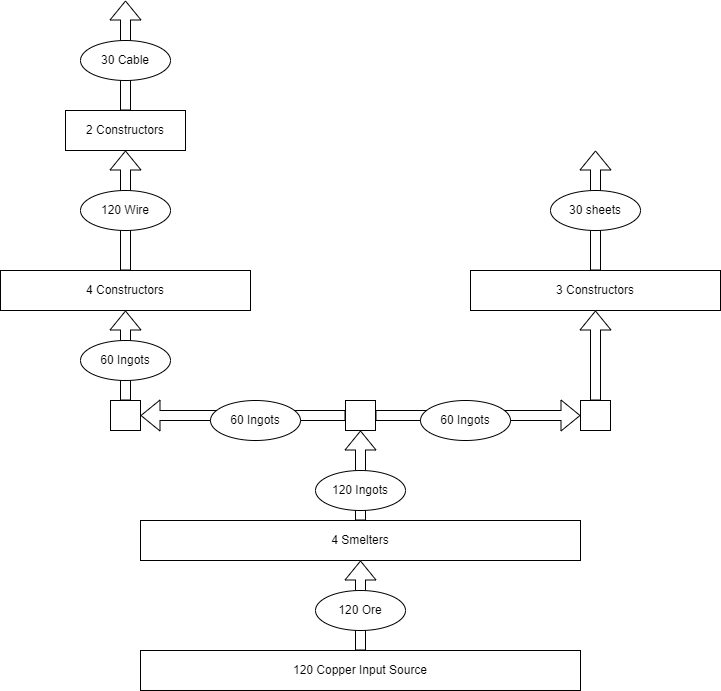
Above: copper.drawio.png in nlarsen31/Factories (draw.io), before the change. Source tidied: cells renumbered, new cells last; positions are measured from the earlier drawing's top-left corner, leaving out a move shared by most shapes.
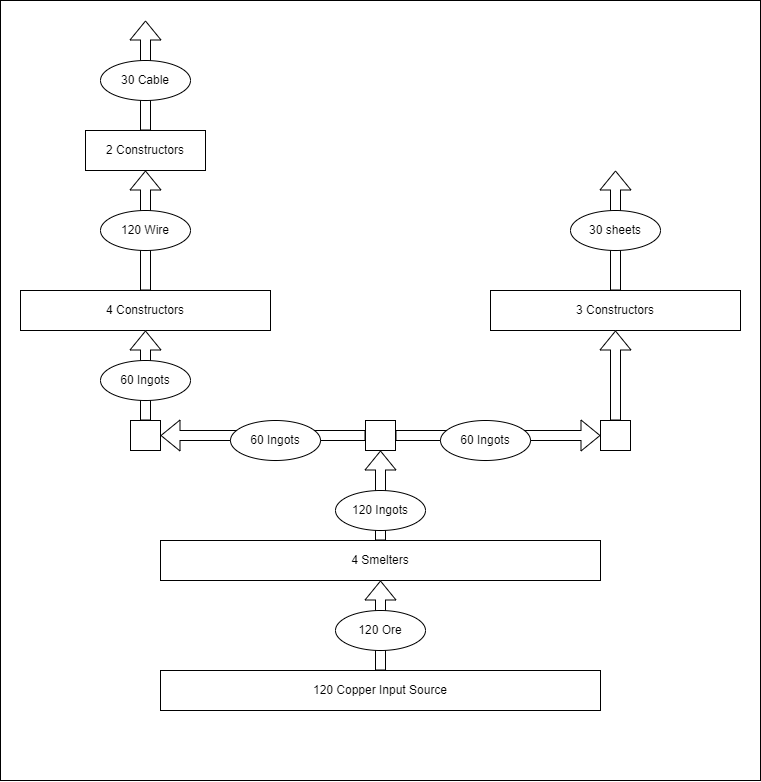
Later version of the same file.

The edit, as a diff of the source:
```diff
@@ -2,6 +2,9 @@
   <root>
     <mxCell id="0" />
     <mxCell id="1" parent="0" />
+    <mxCell id="27" style="rounded=0;whiteSpace=wrap;html=1;" parent="1" vertex="1">
+      <mxGeometry x="-20" y="-20" width="760" height="780" as="geometry" />
+    </mxCell>
     <mxCell id="2" value="120 Copper Input Source" style="rounded=0;whiteSpace=wrap;html=1;" parent="1" vertex="1">
       <mxGeometry x="140" y="650" width="440" height="40" as="geometry" />
     </mxCell>
```
